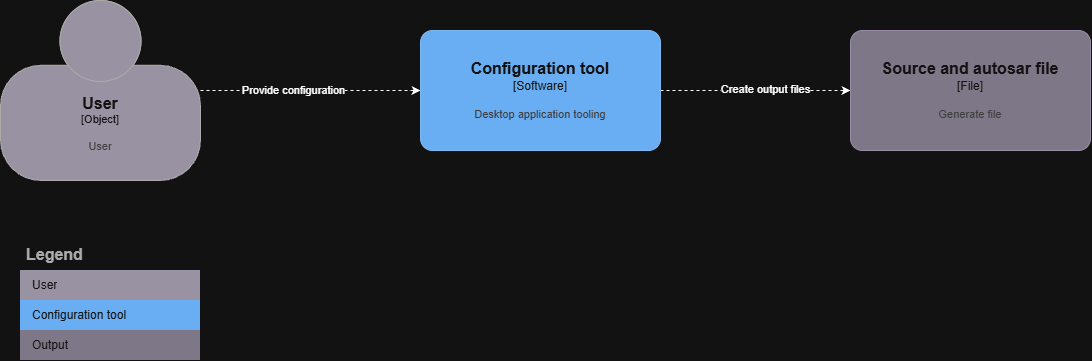
Earlier version of the draw.io export docs/images/System.drawio.png (QuocTran5/Complex-Driver-Configurator). Source tidied: cells renumbered, new cells last; positions are measured from the earlier drawing's top-left corner, leaving out a move shared by most shapes. The source it was exported from:
```xml
<mxGraphModel>
  <root>
    <mxCell id="0" />
    <mxCell id="1" parent="0" />
    <mxCell id="2" style="edgeStyle=orthogonalEdgeStyle;rounded=0;jettySize=auto;html=1;dashed=1;" parent="1" edge="1" source="4" target="7">
      <mxGeometry relative="1" as="geometry" />
    </mxCell>
    <mxCell id="3" value="Provide configuration" style="edgeLabel;html=1;align=center;verticalAlign=middle;" parent="2" vertex="1">
      <mxGeometry x="-0.16" y="1" relative="1" as="geometry" />
    </mxCell>
    <object id="4" label="&lt;font style=&quot;font-size: 16px&quot;&gt;&lt;b&gt;%c4Name%&lt;/b&gt;&lt;/font&gt;&lt;div&gt;[%c4Type%]&lt;/div&gt;&lt;br&gt;&lt;div&gt;&lt;font style=&quot;font-size: 11px&quot;&gt;&lt;font color=&quot;#cccccc&quot;&gt;%c4Description%&lt;/font&gt;&lt;/div&gt;" c4Description="User" c4Name="User" c4Type="Object" placeholders="1">
      <mxCell style="html=1;fontSize=11;dashed=0;whiteSpace=wrap;fillColor=#6C6477;strokeColor=#4D4D4D;fontColor=#ffffff;shape=mxgraph.c4.person2;align=center;points=[[0.5,0,0],[1,0.5,0],[1,0.75,0],[0.75,1,0],[0.5,1,0],[0.25,1,0],[0,0.75,0],[0,0.5,0]];" parent="1" vertex="1">
        <mxGeometry width="200" height="180" as="geometry" />
      </mxCell>
    </object>
    <mxCell id="5" style="edgeStyle=orthogonalEdgeStyle;rounded=0;jettySize=auto;html=1;dashed=1;" parent="1" edge="1" source="7" target="15">
      <mxGeometry relative="1" as="geometry" />
    </mxCell>
    <mxCell id="6" value="Create output files" style="edgeLabel;html=1;align=center;verticalAlign=middle;" parent="5" vertex="1">
      <mxGeometry x="0.09" y="2" relative="1" as="geometry" />
    </mxCell>
    <object id="7" label="&lt;font style=&quot;font-size: 16px&quot;&gt;&lt;b&gt;%c4Name%&lt;/b&gt;&lt;/font&gt;&lt;div&gt;[%c4Type%]&lt;/div&gt;&lt;br&gt;&lt;div&gt;&lt;font style=&quot;font-size: 11px&quot;&gt;&lt;font color=&quot;#cccccc&quot;&gt;%c4Description%&lt;/font&gt;&lt;/div&gt;" c4Description="Desktop application tooling" c4Name="Configuration tool" c4Type="Software" placeholders="1">
      <mxCell style="rounded=1;whiteSpace=wrap;html=1;labelBackgroundColor=none;fillColor=#1061B0;fontColor=#ffffff;align=center;arcSize=10;strokeColor=#0D5091;points=[[0.25,0,0],[0.5,0,0],[0.75,0,0],[1,0.25,0],[1,0.5,0],[1,0.75,0],[0.75,1,0],[0.5,1,0],[0.25,1,0],[0,0.75,0],[0,0.5,0],[0,0.25,0]];" parent="1" vertex="1">
        <mxGeometry x="420" y="30" width="240" height="120" as="geometry" />
      </mxCell>
    </object>
    <mxCell id="8" value="Legend" style="shape=table;startSize=30;fontSize=16;align=left;verticalAlign=top;fillColor=none;strokeColor=none;fontColor=#4D4D4D;fontStyle=1;spacingLeft=6;spacing=0;" parent="1" vertex="1">
      <mxGeometry x="20" y="240" width="180" height="120" as="geometry" />
    </mxCell>
    <mxCell id="9" style="shape=tableRow;horizontal=0;startSize=0;swimlaneHead=0;swimlaneBody=0;strokeColor=inherit;top=0;left=0;bottom=0;right=0;fillColor=none;fontSize=12;" parent="8" vertex="1">
      <mxGeometry y="30" width="180" height="30" as="geometry" />
    </mxCell>
    <mxCell id="10" value="User" style="shape=partialRectangle;html=1;whiteSpace=wrap;strokeColor=inherit;overflow=hidden;fillColor=#6C6477;top=0;left=0;bottom=0;right=0;fontSize=12;align=left;fontColor=#FFFFFF;gradientColor=none;spacingLeft=10;spacingRight=4;" parent="9" vertex="1">
      <mxGeometry width="180" height="30" as="geometry" />
    </mxCell>
    <mxCell id="11" style="shape=tableRow;horizontal=0;startSize=0;swimlaneHead=0;swimlaneBody=0;strokeColor=inherit;top=0;left=0;bottom=0;right=0;fillColor=none;fontSize=12;" parent="8" vertex="1">
      <mxGeometry y="60" width="180" height="30" as="geometry" />
    </mxCell>
    <mxCell id="12" value="Configuration tool" style="shape=partialRectangle;html=1;whiteSpace=wrap;strokeColor=inherit;overflow=hidden;fillColor=#1061B0;top=0;left=0;bottom=0;right=0;fontSize=12;align=left;fontColor=#FFFFFF;gradientColor=none;spacingLeft=10;spacingRight=4;" parent="11" vertex="1">
      <mxGeometry width="180" height="30" as="geometry" />
    </mxCell>
    <mxCell id="13" style="shape=tableRow;horizontal=0;startSize=0;swimlaneHead=0;swimlaneBody=0;strokeColor=inherit;top=0;left=0;bottom=0;right=0;fillColor=none;fontSize=12;" parent="8" vertex="1">
      <mxGeometry y="90" width="180" height="30" as="geometry" />
    </mxCell>
    <mxCell id="14" value="Output" style="shape=partialRectangle;html=1;whiteSpace=wrap;strokeColor=inherit;overflow=hidden;fillColor=#8C8496;top=0;left=0;bottom=0;right=0;fontSize=12;align=left;fontColor=#FFFFFF;gradientColor=none;spacingLeft=10;spacingRight=4;" parent="13" vertex="1">
      <mxGeometry width="180" height="30" as="geometry" />
    </mxCell>
    <object id="15" label="&lt;font style=&quot;font-size: 16px&quot;&gt;&lt;b&gt;%c4Name%&lt;/b&gt;&lt;/font&gt;&lt;div&gt;[%c4Type%]&lt;/div&gt;&lt;br&gt;&lt;div&gt;&lt;font style=&quot;font-size: 11px&quot;&gt;&lt;font color=&quot;#cccccc&quot;&gt;%c4Description%&lt;/font&gt;&lt;/div&gt;" c4Description="Generate file" c4Name="Source and autosar file" c4Type="File" placeholders="1">
      <mxCell style="rounded=1;whiteSpace=wrap;html=1;labelBackgroundColor=none;fillColor=#8C8496;fontColor=#ffffff;align=center;arcSize=10;strokeColor=#736782;points=[[0.25,0,0],[0.5,0,0],[0.75,0,0],[1,0.25,0],[1,0.5,0],[1,0.75,0],[0.75,1,0],[0.5,1,0],[0.25,1,0],[0,0.75,0],[0,0.5,0],[0,0.25,0]];" parent="1" vertex="1">
        <mxGeometry x="850" y="30" width="240" height="120" as="geometry" />
      </mxCell>
    </object>
  </root>
</mxGraphModel>
```
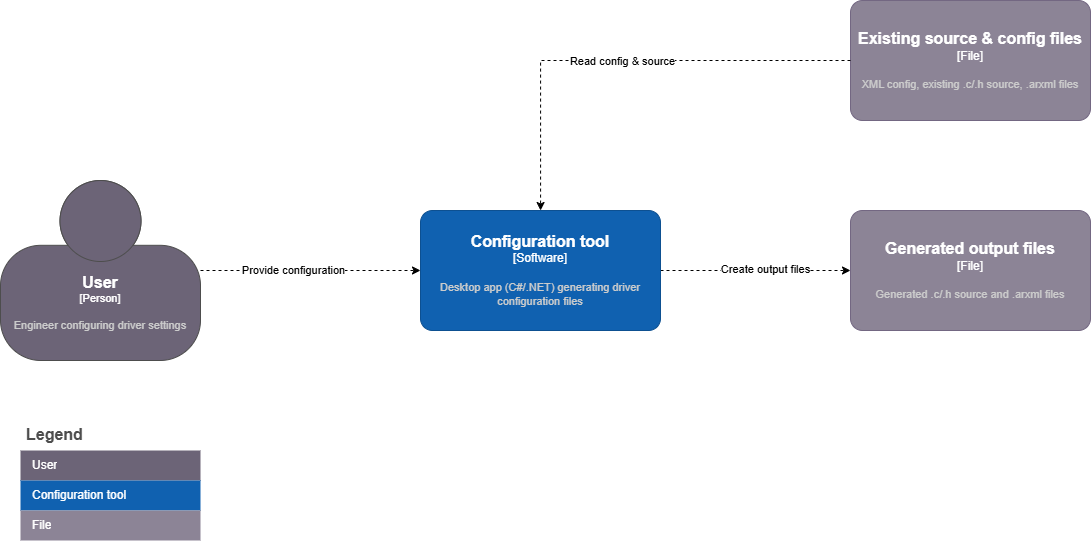
Later version of the same file.

The edit, as a diff of the source:
```diff
@@ -8,7 +8,7 @@
     <mxCell id="3" value="Provide configuration" style="edgeLabel;html=1;align=center;verticalAlign=middle;" parent="2" vertex="1">
       <mxGeometry x="-0.16" y="1" relative="1" as="geometry" />
     </mxCell>
-    <object id="4" label="&lt;font style=&quot;font-size: 16px&quot;&gt;&lt;b&gt;%c4Name%&lt;/b&gt;&lt;/font&gt;&lt;div&gt;[%c4Type%]&lt;/div&gt;&lt;br&gt;&lt;div&gt;&lt;font style=&quot;font-size: 11px&quot;&gt;&lt;font color=&quot;#cccccc&quot;&gt;%c4Description%&lt;/font&gt;&lt;/div&gt;" c4Description="User" c4Name="User" c4Type="Object" placeholders="1">
+    <object id="4" label="&lt;font style=&quot;font-size: 16px&quot;&gt;&lt;b&gt;%c4Name%&lt;/b&gt;&lt;/font&gt;&lt;div&gt;[%c4Type%]&lt;/div&gt;&lt;br&gt;&lt;div&gt;&lt;font style=&quot;font-size: 11px&quot;&gt;&lt;font color=&quot;#cccccc&quot;&gt;%c4Description%&lt;/font&gt;&lt;/div&gt;" c4Description="Engineer configuring driver settings" c4Name="User" c4Type="Person" placeholders="1">
       <mxCell style="html=1;fontSize=11;dashed=0;whiteSpace=wrap;fillColor=#6C6477;strokeColor=#4D4D4D;fontColor=#ffffff;shape=mxgraph.c4.person2;align=center;points=[[0.5,0,0],[1,0.5,0],[1,0.75,0],[0.75,1,0],[0.5,1,0],[0.25,1,0],[0,0.75,0],[0,0.5,0]];" parent="1" vertex="1">
         <mxGeometry width="200" height="180" as="geometry" />
       </mxCell>
@@ -19,7 +19,7 @@
     <mxCell id="6" value="Create output files" style="edgeLabel;html=1;align=center;verticalAlign=middle;" parent="5" vertex="1">
       <mxGeometry x="0.09" y="2" relative="1" as="geometry" />
     </mxCell>
-    <object id="7" label="&lt;font style=&quot;font-size: 16px&quot;&gt;&lt;b&gt;%c4Name%&lt;/b&gt;&lt;/font&gt;&lt;div&gt;[%c4Type%]&lt;/div&gt;&lt;br&gt;&lt;div&gt;&lt;font style=&quot;font-size: 11px&quot;&gt;&lt;font color=&quot;#cccccc&quot;&gt;%c4Description%&lt;/font&gt;&lt;/div&gt;" c4Description="Desktop application tooling" c4Name="Configuration tool" c4Type="Software" placeholders="1">
+    <object id="7" label="&lt;font style=&quot;font-size: 16px&quot;&gt;&lt;b&gt;%c4Name%&lt;/b&gt;&lt;/font&gt;&lt;div&gt;[%c4Type%]&lt;/div&gt;&lt;br&gt;&lt;div&gt;&lt;font style=&quot;font-size: 11px&quot;&gt;&lt;font color=&quot;#cccccc&quot;&gt;%c4Description%&lt;/font&gt;&lt;/div&gt;" c4Description="Desktop app (C#/.NET) generating driver configuration files" c4Name="Configuration tool" c4Type="Software" placeholders="1">
       <mxCell style="rounded=1;whiteSpace=wrap;html=1;labelBackgroundColor=none;fillColor=#1061B0;fontColor=#ffffff;align=center;arcSize=10;strokeColor=#0D5091;points=[[0.25,0,0],[0.5,0,0],[0.75,0,0],[1,0.25,0],[1,0.5,0],[1,0.75,0],[0.75,1,0],[0.5,1,0],[0.25,1,0],[0,0.75,0],[0,0.5,0],[0,0.25,0]];" parent="1" vertex="1">
         <mxGeometry x="420" y="30" width="240" height="120" as="geometry" />
       </mxCell>
@@ -42,13 +42,24 @@
     <mxCell id="13" style="shape=tableRow;horizontal=0;startSize=0;swimlaneHead=0;swimlaneBody=0;strokeColor=inherit;top=0;left=0;bottom=0;right=0;fillColor=none;fontSize=12;" parent="8" vertex="1">
       <mxGeometry y="90" width="180" height="30" as="geometry" />
     </mxCell>
-    <mxCell id="14" value="Output" style="shape=partialRectangle;html=1;whiteSpace=wrap;strokeColor=inherit;overflow=hidden;fillColor=#8C8496;top=0;left=0;bottom=0;right=0;fontSize=12;align=left;fontColor=#FFFFFF;gradientColor=none;spacingLeft=10;spacingRight=4;" parent="13" vertex="1">
+    <mxCell id="14" value="File" style="shape=partialRectangle;html=1;whiteSpace=wrap;strokeColor=inherit;overflow=hidden;fillColor=#8C8496;top=0;left=0;bottom=0;right=0;fontSize=12;align=left;fontColor=#FFFFFF;gradientColor=none;spacingLeft=10;spacingRight=4;" parent="13" vertex="1">
       <mxGeometry width="180" height="30" as="geometry" />
     </mxCell>
-    <object id="15" label="&lt;font style=&quot;font-size: 16px&quot;&gt;&lt;b&gt;%c4Name%&lt;/b&gt;&lt;/font&gt;&lt;div&gt;[%c4Type%]&lt;/div&gt;&lt;br&gt;&lt;div&gt;&lt;font style=&quot;font-size: 11px&quot;&gt;&lt;font color=&quot;#cccccc&quot;&gt;%c4Description%&lt;/font&gt;&lt;/div&gt;" c4Description="Generate file" c4Name="Source and autosar file" c4Type="File" placeholders="1">
+    <object id="15" label="&lt;font style=&quot;font-size: 16px&quot;&gt;&lt;b&gt;%c4Name%&lt;/b&gt;&lt;/font&gt;&lt;div&gt;[%c4Type%]&lt;/div&gt;&lt;br&gt;&lt;div&gt;&lt;font style=&quot;font-size: 11px&quot;&gt;&lt;font color=&quot;#cccccc&quot;&gt;%c4Description%&lt;/font&gt;&lt;/div&gt;" c4Description="Generated .c/.h source and .arxml files" c4Name="Generated output files" c4Type="File" placeholders="1">
       <mxCell style="rounded=1;whiteSpace=wrap;html=1;labelBackgroundColor=none;fillColor=#8C8496;fontColor=#ffffff;align=center;arcSize=10;strokeColor=#736782;points=[[0.25,0,0],[0.5,0,0],[0.75,0,0],[1,0.25,0],[1,0.5,0],[1,0.75,0],[0.75,1,0],[0.5,1,0],[0.25,1,0],[0,0.75,0],[0,0.5,0],[0,0.25,0]];" parent="1" vertex="1">
         <mxGeometry x="850" y="30" width="240" height="120" as="geometry" />
       </mxCell>
     </object>
+    <object id="16" label="&lt;font style=&quot;font-size: 16px&quot;&gt;&lt;b&gt;%c4Name%&lt;/b&gt;&lt;/font&gt;&lt;div&gt;[%c4Type%]&lt;/div&gt;&lt;br&gt;&lt;div&gt;&lt;font style=&quot;font-size: 11px&quot;&gt;&lt;font color=&quot;#cccccc&quot;&gt;%c4Description%&lt;/font&gt;&lt;/div&gt;" c4Description="XML config, existing .c/.h source, .arxml files" c4Name="Existing source &amp; config files" c4Type="File" placeholders="1">
+      <mxCell style="rounded=1;whiteSpace=wrap;html=1;labelBackgroundColor=none;fillColor=#8C8496;fontColor=#ffffff;align=center;arcSize=10;strokeColor=#736782;points=[[0.25,0,0],[0.5,0,0],[0.75,0,0],[1,0.25,0],[1,0.5,0],[1,0.75,0],[0.75,1,0],[0.5,1,0],[0.25,1,0],[0,0.75,0],[0,0.5,0],[0,0.25,0]];" parent="1" vertex="1">
+        <mxGeometry x="850" y="-180" width="240" height="120" as="geometry" />
+      </mxCell>
+    </object>
+    <mxCell id="17" style="edgeStyle=orthogonalEdgeStyle;rounded=0;jettySize=auto;html=1;dashed=1;" parent="1" edge="1" source="16" target="7">
+      <mxGeometry relative="1" as="geometry" />
+    </mxCell>
+    <mxCell id="18" value="Read config &amp; source" style="edgeLabel;html=1;align=center;verticalAlign=middle;" parent="17" vertex="1">
+      <mxGeometry relative="1" as="geometry" />
+    </mxCell>
   </root>
 </mxGraphModel>
```
